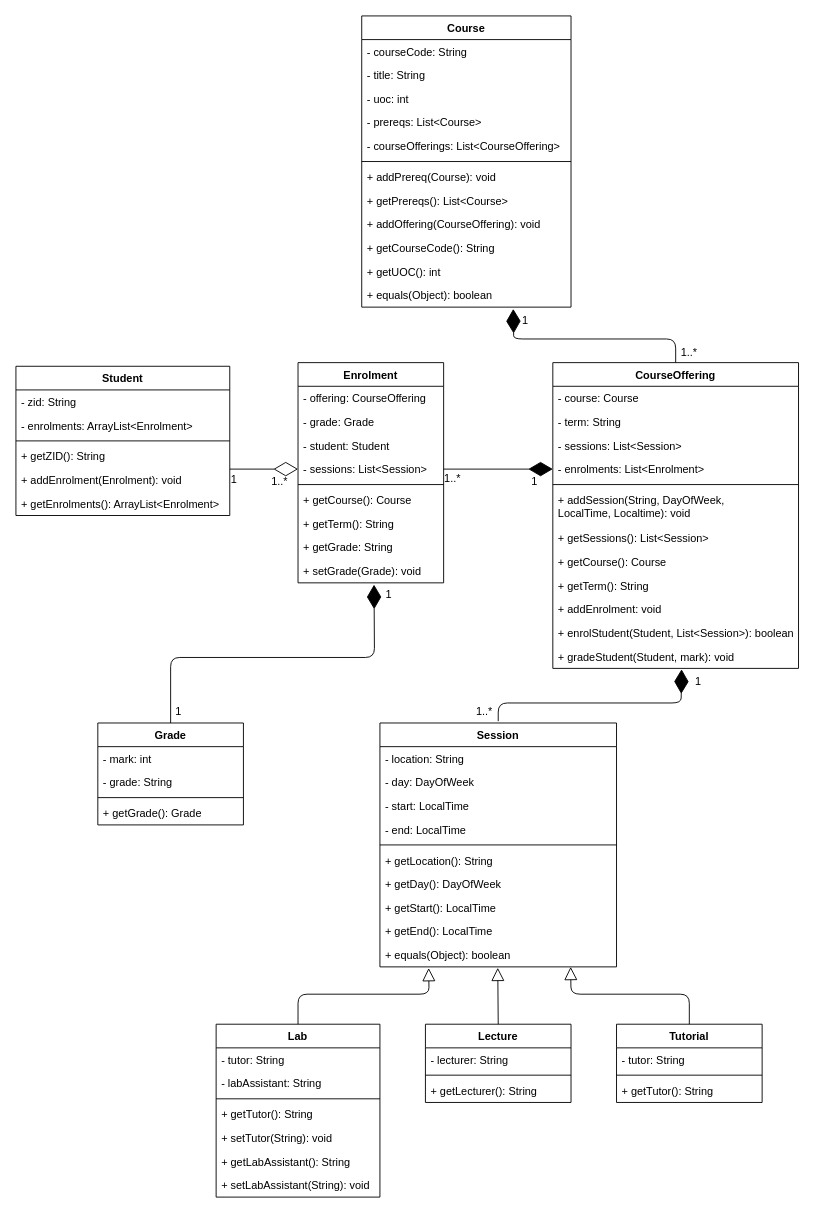
Earlier version of the draw.io diagram lab3.drawio (iLostMyEyes/comp2511-lab3). Source tidied: cells renumbered, new cells numbered last; positions are measured from the earlier drawing's top-left corner, leaving out a move shared by most shapes. Both pictures are drawn from the tidied source at 91%, with x=0, y=0 at pixel (15, 15).
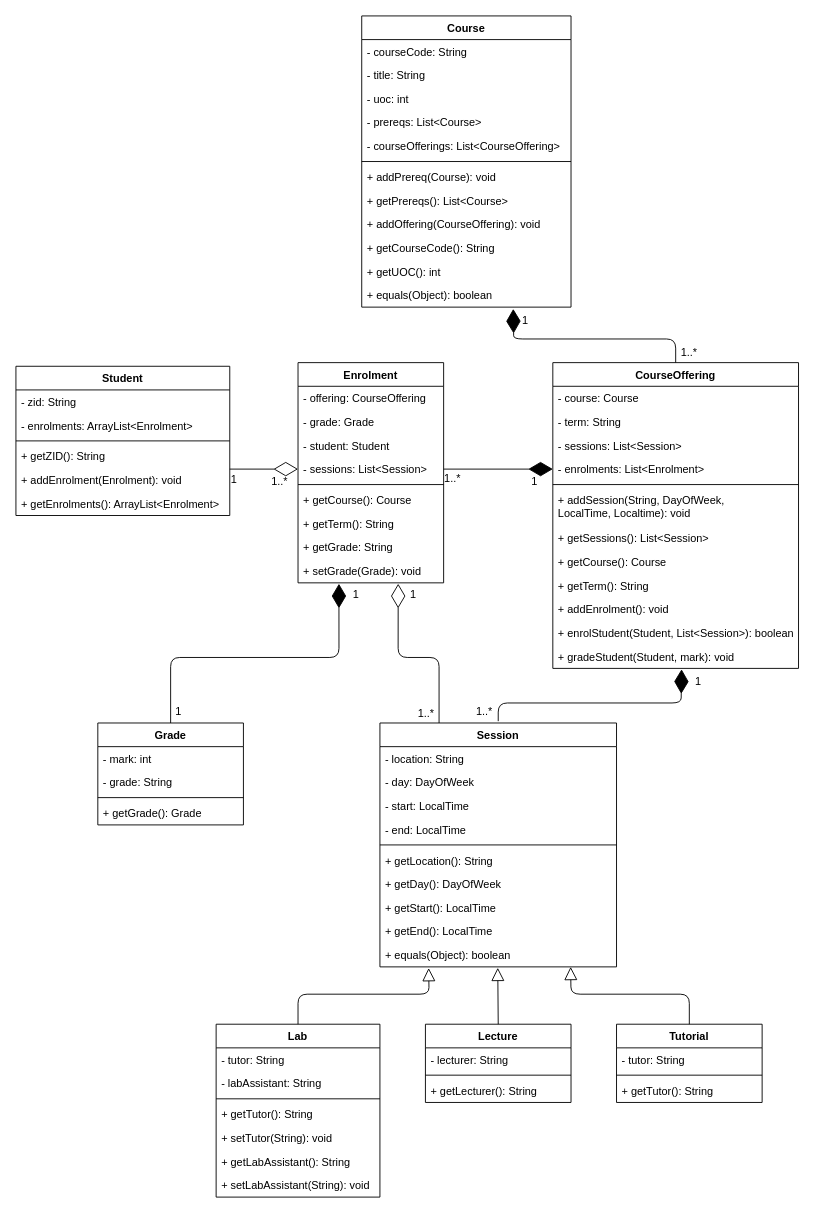
Above is the later version.

Unchanged cells that the change refers to:
```xml
<mxCell id="15" value="CourseOffering" style="swimlane;fontStyle=1;align=center;verticalAlign=top;horizontal=1;startSize=26;" parent="1" vertex="1">
  <mxGeometry x="590" y="381" width="270" height="336" as="geometry" />
</mxCell>
<mxCell id="37" value="+ setGrade(Grade): void" style="text;strokeColor=none;fillColor=none;align=left;verticalAlign=top;spacingLeft=4;spacingRight=4;overflow=hidden;points=[[0,0.5],[1,0.5]];portConstraint=eastwest;" parent="28" vertex="1">
  <mxGeometry y="216" width="160" height="26" as="geometry" />
</mxCell>
<mxCell id="38" value="Grade" style="swimlane;fontStyle=1;align=center;verticalAlign=top;horizontal=1;startSize=26;" parent="1" vertex="1">
  <mxGeometry x="90" y="777" width="160" height="112" as="geometry" />
</mxCell>
<mxCell id="50" value="Session" style="swimlane;fontStyle=1;align=center;verticalAlign=top;horizontal=1;startSize=26;" parent="1" vertex="1">
  <mxGeometry x="400" y="777" width="260" height="268" as="geometry" />
</mxCell>
```

Diff of the diagram source:
```diff
@@
-    <mxCell id="25" value="+ addEnrolment: void" style="text;strokeColor=none;fillColor=none;align=left;verticalAlign=top;spacingLeft=4;spacingRight=4;overflow=hidden;" parent="15" vertex="1">
+    <mxCell id="25" value="+ addEnrolment(): void" style="text;strokeColor=none;fillColor=none;align=left;verticalAlign=top;spacingLeft=4;spacingRight=4;overflow=hidden;" parent="15" vertex="1">
       <mxGeometry y="258" width="270" height="26" as="geometry" />
     </mxCell>
@@
-    <mxCell id="82" style="endArrow=diamondThin;endFill=1;endSize=24;html=1;exitX=0.5;exitY=0;exitDx=0;exitDy=0;entryX=0.522;entryY=1.077;entryDx=0;entryDy=0;entryPerimeter=0;" parent="1" edge="1" source="38" target="37">
+    <mxCell id="82" style="endArrow=diamondThin;endFill=1;endSize=24;html=1;exitX=0.5;exitY=0;exitDx=0;exitDy=0;entryX=0.281;entryY=1.038;entryDx=0;entryDy=0;entryPerimeter=0;" parent="1" edge="1" source="38" target="37">
       <mxGeometry relative="1" as="geometry">
         <Array as="points">
           <mxPoint x="170" y="705" />
-          <mxPoint x="394" y="705" />
+          <mxPoint x="355" y="705" />
         </Array>
       </mxGeometry>
     </mxCell>
@@
     <mxCell id="86" value="1" style="text;html=1;strokeColor=none;fillColor=none;align=center;verticalAlign=middle;whiteSpace=wrap;rounded=0;" parent="1" vertex="1">
-      <mxGeometry x="390" y="626" width="40" height="20" as="geometry" />
+      <mxGeometry x="354" y="626" width="40" height="20" as="geometry" />
     </mxCell>
@@
+    <mxCell id="96" style="endArrow=diamondThin;endFill=0;endSize=24;html=1;entryX=0.688;entryY=1.038;entryDx=0;entryDy=0;entryPerimeter=0;exitX=0.25;exitY=0;exitDx=0;exitDy=0;" parent="1" edge="1" source="50" target="37">
+      <mxGeometry relative="1" as="geometry">
+        <Array as="points">
+          <mxPoint x="465" y="705" />
+          <mxPoint x="420" y="705" />
+        </Array>
+      </mxGeometry>
+    </mxCell>
+    <mxCell id="97" value="1" style="text;html=1;strokeColor=none;fillColor=none;align=center;verticalAlign=middle;whiteSpace=wrap;rounded=0;" parent="1" vertex="1">
+      <mxGeometry x="417" y="626" width="40" height="20" as="geometry" />
+    </mxCell>
+    <mxCell id="98" value="1..*" style="text;html=1;strokeColor=none;fillColor=none;align=center;verticalAlign=middle;whiteSpace=wrap;rounded=0;" parent="1" vertex="1">
+      <mxGeometry x="431" y="757" width="40" height="20" as="geometry" />
+    </mxCell>
```
